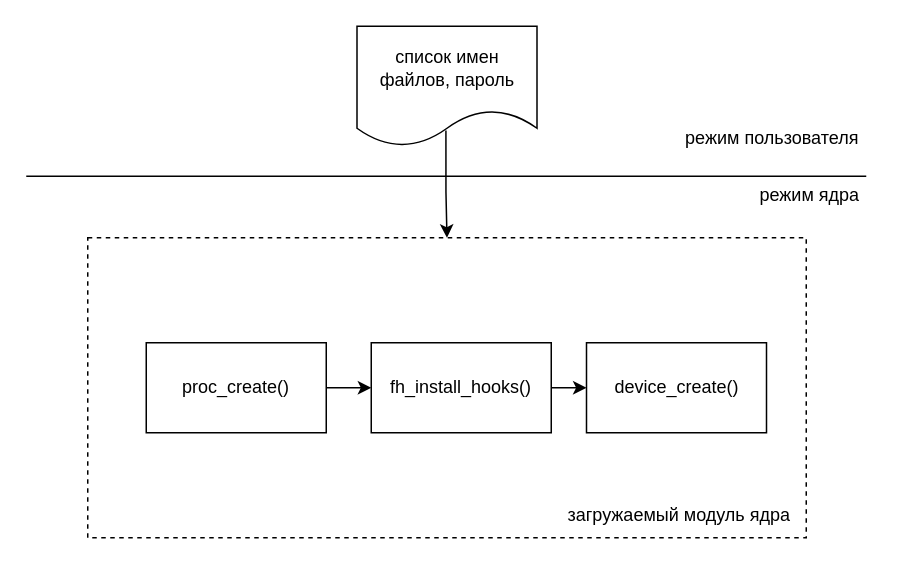
tatarinova0903/bmstu_os_course keeps this draw.io diagram as page "structure" (9 of 10) of Diagrams.drawio. Above is the earlier version. Source tidied: cells renumbered, new cells numbered last; positions are measured from the earlier drawing's top-left corner, leaving out a move shared by most shapes. Both pictures are drawn from the tidied source at 150%, with x=0, y=0 at pixel (26, 26).
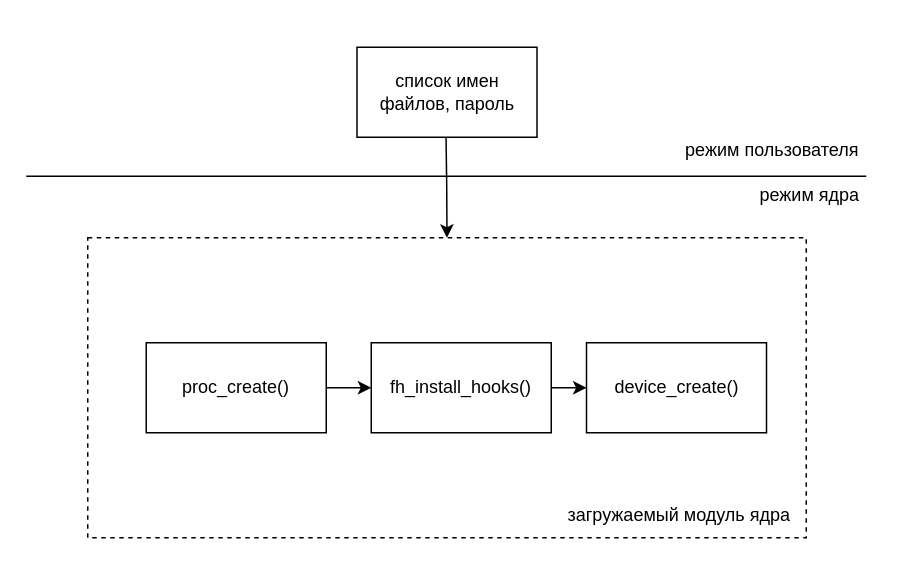
After the change.

Change to the diagram source:
```diff
@@
 <mxGraphModel>
   <root>
     <mxCell id="0" />
     <mxCell id="1" parent="0" />
     <mxCell id="2" style="rounded=0;whiteSpace=wrap;html=1;dashed=1;" parent="1" vertex="1">
       <mxGeometry x="41" y="141" width="479" height="200" as="geometry" />
     </mxCell>
     <mxCell id="3" style="edgeStyle=orthogonalEdgeStyle;rounded=0;jettySize=auto;html=1;entryX=0;entryY=0.5;entryDx=0;entryDy=0;" parent="1" edge="1" source="4" target="9">
       <mxGeometry relative="1" as="geometry" />
     </mxCell>
     <mxCell id="4" value="proc_create()" style="rounded=0;whiteSpace=wrap;html=1;" parent="1" vertex="1">
       <mxGeometry x="80" y="211" width="120" height="60" as="geometry" />
     </mxCell>
     <mxCell id="5" style="endArrow=none;html=1;rounded=0;" parent="1" edge="1">
       <mxGeometry relative="1" as="geometry">
         <mxPoint y="100" as="sourcePoint" />
         <mxPoint x="560" y="100" as="targetPoint" />
       </mxGeometry>
     </mxCell>
     <mxCell id="6" value="режим ядра" style="text;html=1;align=center;verticalAlign=middle;strokeColor=none;fillColor=none;" parent="1" vertex="1">
       <mxGeometry x="477" y="98" width="90" height="30" as="geometry" />
     </mxCell>
     <mxCell id="7" value="загружаемый модуль ядра" style="text;html=1;align=center;verticalAlign=middle;strokeColor=none;fillColor=none;" parent="1" vertex="1">
       <mxGeometry x="350" y="311" width="170" height="30" as="geometry" />
     </mxCell>
     <mxCell id="8" style="edgeStyle=orthogonalEdgeStyle;rounded=0;jettySize=auto;html=1;entryX=0;entryY=0.5;entryDx=0;entryDy=0;" parent="1" edge="1" source="9" target="10">
       <mxGeometry relative="1" as="geometry" />
     </mxCell>
     <mxCell id="9" value="fh_install_hooks()" style="rounded=0;whiteSpace=wrap;html=1;" parent="1" vertex="1">
       <mxGeometry x="230" y="211" width="120" height="60" as="geometry" />
     </mxCell>
     <mxCell id="10" value="device_create()" style="rounded=0;whiteSpace=wrap;html=1;" parent="1" vertex="1">
       <mxGeometry x="373.5" y="211" width="120" height="60" as="geometry" />
     </mxCell>
     <mxCell id="11" value="режим пользователя" style="text;html=1;align=center;verticalAlign=middle;strokeColor=none;fillColor=none;" parent="1" vertex="1">
-      <mxGeometry x="427" y="60" width="140" height="30" as="geometry" />
+      <mxGeometry x="427" y="68" width="140" height="30" as="geometry" />
     </mxCell>
-    <mxCell id="12" style="edgeStyle=orthogonalEdgeStyle;rounded=0;jettySize=auto;html=1;exitX=0.494;exitY=0.868;exitDx=0;exitDy=0;exitPerimeter=0;" parent="1" edge="1" source="13" target="2">
-      <mxGeometry relative="1" as="geometry" />
+    <mxCell id="12" style="edgeStyle=orthogonalEdgeStyle;rounded=0;jettySize=auto;html=1;exitX=0.494;exitY=0.868;exitDx=0;exitDy=0;exitPerimeter=0;" parent="1" edge="1" target="2">
+      <mxGeometry relative="1" as="geometry">
+        <mxPoint x="279.8" y="69.4" as="sourcePoint" />
+      </mxGeometry>
     </mxCell>
-    <mxCell id="13" value="список имен&lt;br style=&quot;border-color: var(--border-color);&quot;&gt;файлов, пароль" style="shape=document;whiteSpace=wrap;html=1;boundedLbl=1;" parent="1" vertex="1">
-      <mxGeometry x="220.5" width="120" height="80" as="geometry" />
+    <mxCell id="13" value="список имен&lt;br style=&quot;border-color: var(--border-color);&quot;&gt;файлов, пароль" style="rounded=0;whiteSpace=wrap;html=1;" parent="1" vertex="1">
+      <mxGeometry x="220.5" y="14" width="120" height="60" as="geometry" />
     </mxCell>
   </root>
 </mxGraphModel>
```
